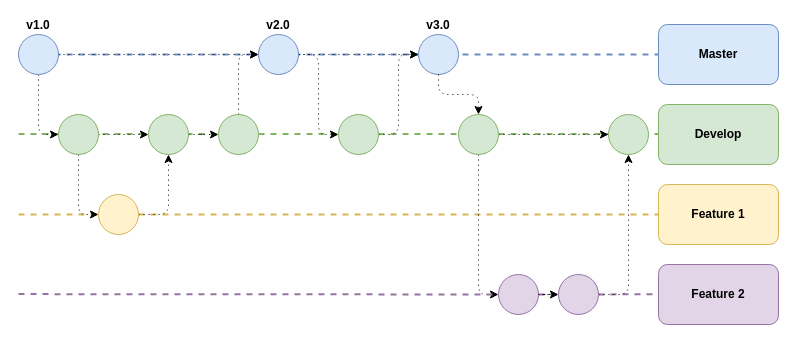
Above: diagrams/title-slide-background.drawio in thomas-rasmussen/git-tutorial (draw.io), before the change. Source tidied: cells renumbered, new cells numbered last; positions are measured from the earlier drawing's top-left corner, leaving out a move shared by most shapes. Both pictures are drawn from the tidied source at 100%, with x=0, y=0 at pixel (18, 24).
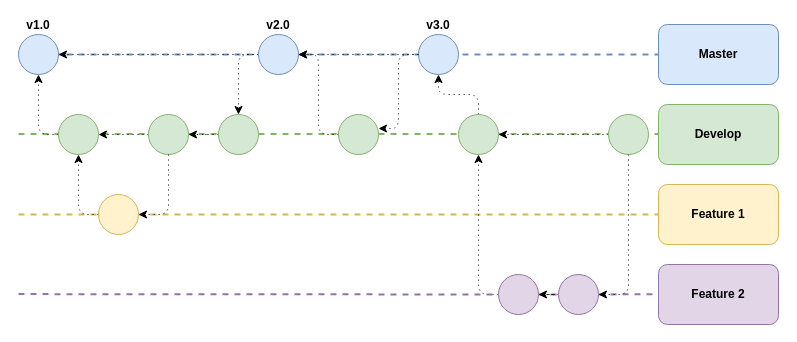
Above is the later version.

Unchanged cells that the change refers to:
```xml
<mxCell id="9" value="v3.0" style="ellipse;whiteSpace=wrap;html=1;fillColor=#dae8fc;strokeColor=#6c8ebf;fontStyle=1;labelPosition=center;verticalLabelPosition=top;align=center;verticalAlign=bottom;" parent="1" vertex="1">
  <mxGeometry x="400" y="10" width="40" height="40" as="geometry" />
</mxCell>
<mxCell id="14" style="ellipse;whiteSpace=wrap;html=1;fillColor=#d5e8d4;strokeColor=#82b366;verticalAlign=bottom;horizontal=1;labelPosition=center;verticalLabelPosition=top;align=center;fontStyle=1;" parent="1" vertex="1">
  <mxGeometry x="440" y="90" width="40" height="40" as="geometry" />
</mxCell>
<mxCell id="16" style="ellipse;whiteSpace=wrap;html=1;fillColor=#d5e8d4;strokeColor=#82b366;verticalAlign=bottom;horizontal=1;labelPosition=center;verticalLabelPosition=top;align=center;fontStyle=1;" parent="1" vertex="1">
  <mxGeometry x="590" y="90" width="40" height="40" as="geometry" />
</mxCell>
<mxCell id="19" style="ellipse;whiteSpace=wrap;html=1;fillColor=#d5e8d4;strokeColor=#82b366;verticalAlign=bottom;horizontal=1;labelPosition=center;verticalLabelPosition=top;align=center;fontStyle=1;" parent="1" vertex="1">
  <mxGeometry x="40" y="90" width="40" height="40" as="geometry" />
</mxCell>
<mxCell id="21" style="ellipse;whiteSpace=wrap;html=1;fillColor=#d5e8d4;strokeColor=#82b366;verticalAlign=bottom;horizontal=1;labelPosition=center;verticalLabelPosition=top;align=center;fontStyle=1;" parent="1" vertex="1">
  <mxGeometry x="130" y="90" width="40" height="40" as="geometry" />
</mxCell>
<mxCell id="23" style="ellipse;whiteSpace=wrap;html=1;fillColor=#d5e8d4;strokeColor=#82b366;verticalAlign=bottom;horizontal=1;labelPosition=center;verticalLabelPosition=top;align=center;fontStyle=1;" parent="1" vertex="1">
  <mxGeometry x="200" y="90" width="40" height="40" as="geometry" />
</mxCell>
<mxCell id="25" value="v2.0" style="ellipse;whiteSpace=wrap;html=1;fillColor=#dae8fc;strokeColor=#6c8ebf;fontStyle=1;labelPosition=center;verticalLabelPosition=top;align=center;verticalAlign=bottom;" parent="1" vertex="1">
  <mxGeometry x="240" y="10" width="40" height="40" as="geometry" />
</mxCell>
<mxCell id="27" style="ellipse;whiteSpace=wrap;html=1;fillColor=#d5e8d4;strokeColor=#82b366;verticalAlign=bottom;horizontal=1;labelPosition=center;verticalLabelPosition=top;align=center;fontStyle=1;" parent="1" vertex="1">
  <mxGeometry x="320" y="90" width="40" height="40" as="geometry" />
</mxCell>
<mxCell id="28" value="v1.0" style="ellipse;whiteSpace=wrap;html=1;fillColor=#dae8fc;strokeColor=#6c8ebf;verticalAlign=bottom;horizontal=1;labelPosition=center;verticalLabelPosition=top;align=center;fontStyle=1;" parent="1" vertex="1">
  <mxGeometry y="10" width="40" height="40" as="geometry" />
</mxCell>
<mxCell id="31" style="ellipse;whiteSpace=wrap;html=1;fillColor=#fff2cc;strokeColor=#d6b656;verticalAlign=bottom;horizontal=1;labelPosition=center;verticalLabelPosition=top;align=center;fontStyle=1;" parent="1" vertex="1">
  <mxGeometry x="80" y="170" width="40" height="40" as="geometry" />
</mxCell>
<mxCell id="35" style="ellipse;whiteSpace=wrap;html=1;fillColor=#e1d5e7;strokeColor=#9673a6;verticalAlign=bottom;horizontal=1;labelPosition=center;verticalLabelPosition=top;align=center;fontStyle=1;" parent="1" vertex="1">
  <mxGeometry x="480" y="250" width="40" height="40" as="geometry" />
</mxCell>
<mxCell id="37" style="ellipse;whiteSpace=wrap;html=1;fillColor=#e1d5e7;strokeColor=#9673a6;verticalAlign=bottom;horizontal=1;labelPosition=center;verticalLabelPosition=top;align=center;fontStyle=1;" parent="1" vertex="1">
  <mxGeometry x="540" y="250" width="40" height="40" as="geometry" />
</mxCell>
```

Change to the diagram source:
```diff
@@
-    <mxCell id="6" style="edgeStyle=orthogonalEdgeStyle;rounded=1;jettySize=auto;html=1;dashed=1;dashPattern=1 4;curved=0;" parent="1" edge="1" source="28" target="25">
+    <mxCell id="6" style="edgeStyle=orthogonalEdgeStyle;rounded=1;jettySize=auto;html=1;dashed=1;dashPattern=1 4;curved=0;" parent="1" edge="1" source="25" target="28">
       <mxGeometry relative="1" as="geometry" />
     </mxCell>
-    <mxCell id="7" style="edgeStyle=orthogonalEdgeStyle;rounded=1;jettySize=auto;html=1;entryX=0;entryY=0.5;entryDx=0;entryDy=0;curved=0;dashed=1;dashPattern=1 4;" parent="1" edge="1" source="28" target="19">
+    <mxCell id="7" style="edgeStyle=orthogonalEdgeStyle;rounded=1;jettySize=auto;html=1;curved=0;dashed=1;dashPattern=1 4;exitX=0;exitY=0.5;exitDx=0;exitDy=0;" parent="1" edge="1" source="19" target="28">
       <mxGeometry relative="1" as="geometry" />
     </mxCell>
-    <mxCell id="8" style="edgeStyle=orthogonalEdgeStyle;rounded=1;jettySize=auto;html=1;dashed=1;dashPattern=1 4;curved=0;" parent="1" edge="1" source="25" target="9">
+    <mxCell id="8" style="edgeStyle=orthogonalEdgeStyle;rounded=1;jettySize=auto;html=1;dashed=1;dashPattern=1 4;curved=0;" parent="1" edge="1" source="9" target="25">
       <mxGeometry relative="1" as="geometry" />
     </mxCell>
@@
-    <mxCell id="11" style="edgeStyle=orthogonalEdgeStyle;rounded=1;jettySize=auto;html=1;dashed=1;dashPattern=1 4;curved=0;" parent="1" edge="1" source="9" target="14">
+    <mxCell id="11" style="edgeStyle=orthogonalEdgeStyle;rounded=1;jettySize=auto;html=1;dashed=1;dashPattern=1 4;curved=0;" parent="1" edge="1" source="14" target="9">
       <mxGeometry relative="1" as="geometry" />
     </mxCell>
-    <mxCell id="12" style="edgeStyle=orthogonalEdgeStyle;rounded=1;jettySize=auto;html=1;curved=0;dashed=1;dashPattern=1 4;" parent="1" edge="1" source="14" target="16">
+    <mxCell id="12" style="edgeStyle=orthogonalEdgeStyle;rounded=1;jettySize=auto;html=1;curved=0;dashed=1;dashPattern=1 4;" parent="1" edge="1" source="16" target="14">
       <mxGeometry relative="1" as="geometry" />
     </mxCell>
-    <mxCell id="13" style="edgeStyle=orthogonalEdgeStyle;rounded=1;jettySize=auto;html=1;entryX=0;entryY=0.5;entryDx=0;entryDy=0;exitX=0.5;exitY=1;exitDx=0;exitDy=0;curved=0;dashed=1;dashPattern=1 4;" parent="1" edge="1" source="14" target="35">
+    <mxCell id="13" style="edgeStyle=orthogonalEdgeStyle;rounded=1;jettySize=auto;html=1;entryX=0.5;entryY=1;entryDx=0;entryDy=0;exitX=0;exitY=0.5;exitDx=0;exitDy=0;curved=0;dashed=1;dashPattern=1 4;" parent="1" edge="1" source="35" target="14">
       <mxGeometry relative="1" as="geometry" />
     </mxCell>
@@
-    <mxCell id="17" style="edgeStyle=orthogonalEdgeStyle;rounded=1;jettySize=auto;html=1;curved=0;dashed=1;dashPattern=1 4;" parent="1" edge="1" source="19" target="21">
+    <mxCell id="17" style="edgeStyle=orthogonalEdgeStyle;rounded=1;jettySize=auto;html=1;curved=0;dashed=1;dashPattern=1 4;" parent="1" edge="1" source="21" target="19">
       <mxGeometry relative="1" as="geometry" />
     </mxCell>
-    <mxCell id="18" style="edgeStyle=orthogonalEdgeStyle;rounded=1;jettySize=auto;html=1;entryX=0;entryY=0.5;entryDx=0;entryDy=0;curved=0;dashed=1;dashPattern=1 4;" parent="1" edge="1" source="19" target="31">
+    <mxCell id="18" style="edgeStyle=orthogonalEdgeStyle;rounded=1;jettySize=auto;html=1;curved=0;dashed=1;dashPattern=1 4;exitX=0;exitY=0.5;exitDx=0;exitDy=0;" parent="1" edge="1" source="31" target="19">
       <mxGeometry relative="1" as="geometry" />
     </mxCell>
@@
-    <mxCell id="20" style="edgeStyle=orthogonalEdgeStyle;rounded=1;jettySize=auto;html=1;curved=0;dashed=1;dashPattern=1 4;" parent="1" edge="1" source="21" target="23">
+    <mxCell id="20" style="edgeStyle=orthogonalEdgeStyle;rounded=1;jettySize=auto;html=1;curved=0;dashed=1;dashPattern=1 4;" parent="1" edge="1" source="23" target="21">
       <mxGeometry relative="1" as="geometry" />
     </mxCell>
@@
-    <mxCell id="22" style="edgeStyle=orthogonalEdgeStyle;rounded=1;jettySize=auto;html=1;entryX=0;entryY=0.5;entryDx=0;entryDy=0;curved=0;dashed=1;dashPattern=1 4;" parent="1" edge="1" source="23" target="25">
+    <mxCell id="22" style="edgeStyle=orthogonalEdgeStyle;rounded=1;jettySize=auto;html=1;curved=0;dashed=1;dashPattern=1 4;exitX=0;exitY=0.5;exitDx=0;exitDy=0;" parent="1" edge="1" source="25" target="23">
       <mxGeometry relative="1" as="geometry" />
     </mxCell>
@@
-    <mxCell id="24" style="edgeStyle=orthogonalEdgeStyle;rounded=1;jettySize=auto;html=1;entryX=0;entryY=0.5;entryDx=0;entryDy=0;curved=0;dashed=1;dashPattern=1 4;" parent="1" edge="1" source="25" target="27">
+    <mxCell id="24" style="edgeStyle=orthogonalEdgeStyle;rounded=1;jettySize=auto;html=1;curved=0;dashed=1;dashPattern=1 4;exitX=0;exitY=0.5;exitDx=0;exitDy=0;entryX=1;entryY=0.5;entryDx=0;entryDy=0;" parent="1" edge="1" source="27" target="25">
       <mxGeometry relative="1" as="geometry" />
     </mxCell>
@@
-    <mxCell id="26" style="edgeStyle=orthogonalEdgeStyle;rounded=1;jettySize=auto;html=1;entryX=0;entryY=0.5;entryDx=0;entryDy=0;curved=0;dashed=1;dashPattern=1 4;" parent="1" edge="1" source="27" target="9">
+    <mxCell id="26" style="edgeStyle=orthogonalEdgeStyle;rounded=1;jettySize=auto;html=1;curved=0;dashed=1;dashPattern=1 4;exitX=0;exitY=0.5;exitDx=0;exitDy=0;entryX=1;entryY=0.35;entryDx=0;entryDy=0;entryPerimeter=0;" parent="1" edge="1" source="9" target="27">
       <mxGeometry relative="1" as="geometry" />
     </mxCell>
@@
-    <mxCell id="30" style="edgeStyle=orthogonalEdgeStyle;rounded=1;jettySize=auto;html=1;curved=0;dashed=1;dashPattern=1 4;" parent="1" edge="1" source="31" target="21">
+    <mxCell id="30" style="edgeStyle=orthogonalEdgeStyle;rounded=1;jettySize=auto;html=1;curved=0;dashed=1;dashPattern=1 4;entryX=1;entryY=0.5;entryDx=0;entryDy=0;exitX=0.5;exitY=1;exitDx=0;exitDy=0;" parent="1" edge="1" source="21" target="31">
       <mxGeometry relative="1" as="geometry" />
     </mxCell>
@@
-    <mxCell id="34" style="edgeStyle=orthogonalEdgeStyle;rounded=1;jettySize=auto;html=1;entryX=0.5;entryY=1;entryDx=0;entryDy=0;curved=0;dashed=1;dashPattern=1 4;" parent="1" edge="1" source="37" target="16">
+    <mxCell id="34" style="edgeStyle=orthogonalEdgeStyle;rounded=1;jettySize=auto;html=1;curved=0;dashed=1;dashPattern=1 4;exitX=0.5;exitY=1;exitDx=0;exitDy=0;entryX=1;entryY=0.5;entryDx=0;entryDy=0;" parent="1" edge="1" source="16" target="37">
       <mxGeometry relative="1" as="geometry" />
     </mxCell>
@@
-    <mxCell id="36" style="edgeStyle=orthogonalEdgeStyle;rounded=1;jettySize=auto;html=1;entryX=0;entryY=0.5;entryDx=0;entryDy=0;curved=0;dashed=1;dashPattern=1 4;" parent="1" edge="1" source="35" target="37">
+    <mxCell id="36" style="edgeStyle=orthogonalEdgeStyle;rounded=1;jettySize=auto;html=1;curved=0;dashed=1;dashPattern=1 4;exitX=0;exitY=0.5;exitDx=0;exitDy=0;" parent="1" edge="1" source="37" target="35">
       <mxGeometry relative="1" as="geometry" />
     </mxCell>
```
